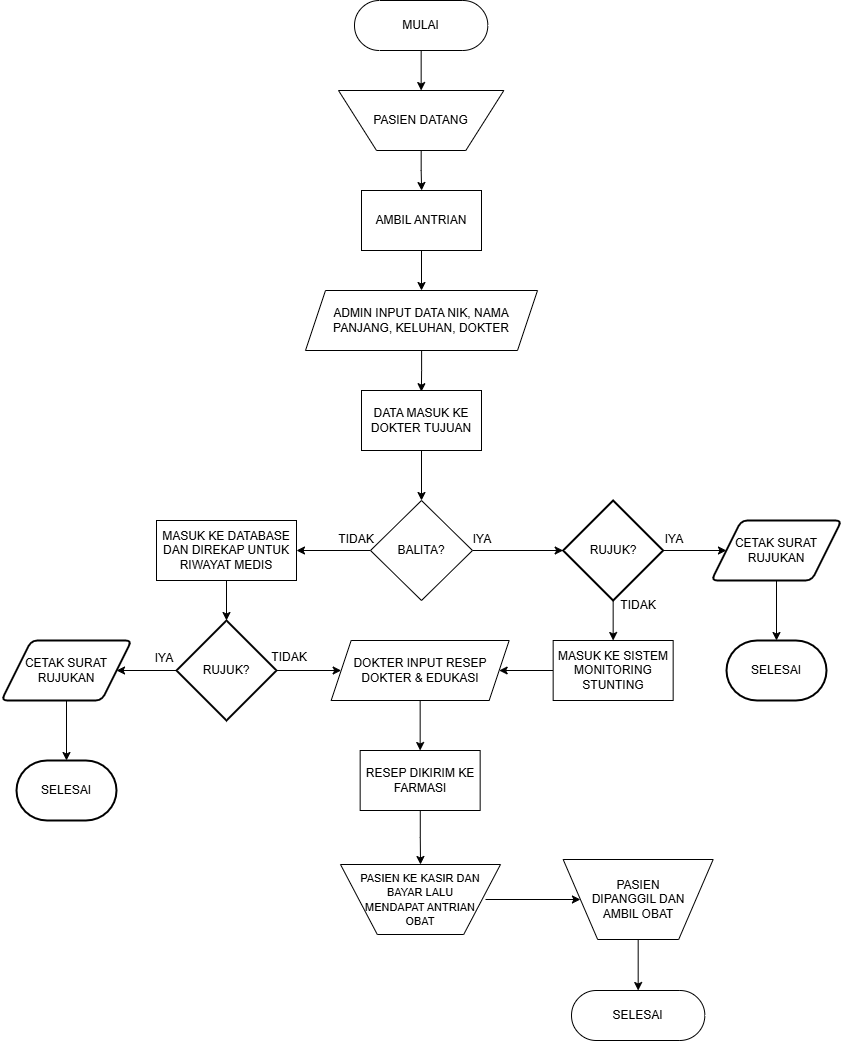
Above: Flowchart Alur Utama.drawio.png in TekajeClass/flowchart-stuntkes (draw.io), before the change. Source tidied: cells renumbered, new cells last; positions are measured from the earlier drawing's top-left corner, leaving out a move shared by most shapes.
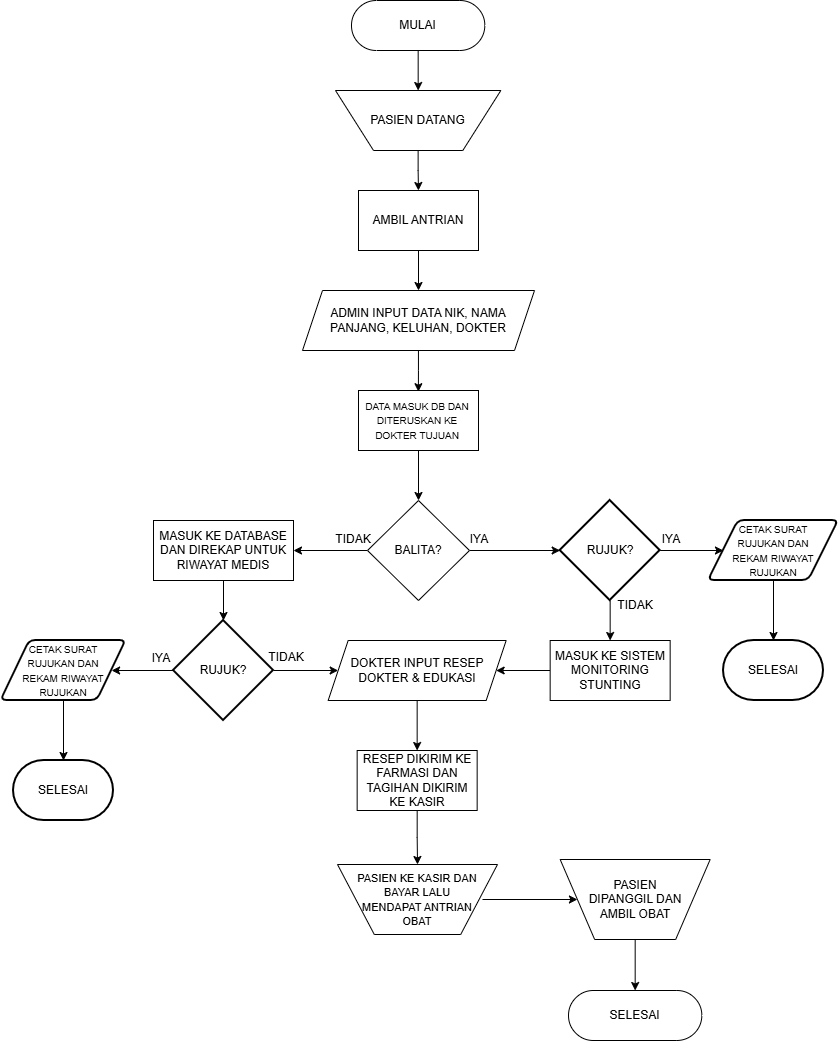
The same diagram one commit later.

Diff of the diagram source:
```diff
@@ -20,9 +20,6 @@
     <mxCell id="7" style="edgeStyle=orthogonalEdgeStyle;rounded=0;jettySize=auto;html=1;entryX=0.5;entryY=0;entryDx=0;entryDy=0;" parent="1" edge="1" source="8" target="11">
       <mxGeometry relative="1" as="geometry" />
     </mxCell>
-    <mxCell id="8" value="DATA MASUK KE DOKTER TUJUAN" style="rounded=0;whiteSpace=wrap;html=1;" parent="1" vertex="1">
-      <mxGeometry x="360" y="390" width="120" height="60" as="geometry" />
-    </mxCell>
     <mxCell id="9" style="edgeStyle=orthogonalEdgeStyle;rounded=0;jettySize=auto;html=1;" parent="1" edge="1" source="11" target="27">
       <mxGeometry relative="1" as="geometry" />
     </mxCell>
@@ -50,7 +47,7 @@
     <mxCell id="17" style="edgeStyle=orthogonalEdgeStyle;rounded=0;jettySize=auto;html=1;entryX=0.5;entryY=1;entryDx=0;entryDy=0;" parent="1" edge="1" source="18" target="34">
       <mxGeometry relative="1" as="geometry" />
     </mxCell>
-    <mxCell id="18" value="RESEP DIKIRIM KE FARMASI" style="rounded=0;whiteSpace=wrap;html=1;" parent="1" vertex="1">
+    <mxCell id="18" value="RESEP DIKIRIM KE FARMASI DAN TAGIHAN DIKIRIM KE KASIR" style="rounded=0;whiteSpace=wrap;html=1;" parent="1" vertex="1">
       <mxGeometry x="358.7" y="750" width="120" height="60" as="geometry" />
     </mxCell>
     <mxCell id="19" value="SELESAI" style="html=1;dashed=0;whiteSpace=wrap;shape=mxgraph.dfd.start;" parent="1" vertex="1">
@@ -83,12 +80,6 @@
     <mxCell id="28" style="edgeStyle=orthogonalEdgeStyle;rounded=0;jettySize=auto;html=1;" parent="1" edge="1" source="29" target="31">
       <mxGeometry relative="1" as="geometry" />
     </mxCell>
-    <mxCell id="29" value="CETAK SURAT RUJUKAN" style="shape=parallelogram;html=1;strokeWidth=2;perimeter=parallelogramPerimeter;whiteSpace=wrap;rounded=1;arcSize=12;size=0.23;" parent="1" vertex="1">
-      <mxGeometry y="640" width="130" height="60" as="geometry" />
-    </mxCell>
-    <mxCell id="30" value="CETAK SURAT RUJUKAN" style="shape=parallelogram;html=1;strokeWidth=2;perimeter=parallelogramPerimeter;whiteSpace=wrap;rounded=1;arcSize=12;size=0.23;" parent="1" vertex="1">
-      <mxGeometry x="710" y="520" width="130" height="60" as="geometry" />
-    </mxCell>
     <mxCell id="31" value="SELESAI" style="strokeWidth=2;html=1;shape=mxgraph.flowchart.terminator;whiteSpace=wrap;" parent="1" vertex="1">
       <mxGeometry x="15" y="760" width="100" height="60" as="geometry" />
     </mxCell>
@@ -146,5 +137,32 @@
     <mxCell id="49" value="TIDAK" style="text;html=1;whiteSpace=wrap;strokeColor=none;fillColor=none;align=center;verticalAlign=middle;rounded=0;" parent="1" vertex="1">
       <mxGeometry x="258" y="642" width="60" height="30" as="geometry" />
     </mxCell>
+    <mxCell id="50" style="group;" parent="1" vertex="1">
+      <mxGeometry x="2.5" y="640" width="125" height="60" as="geometry" />
+    </mxCell>
+    <mxCell id="29" style="shape=parallelogram;html=1;strokeWidth=2;perimeter=parallelogramPerimeter;whiteSpace=wrap;rounded=1;arcSize=12;size=0.23;" parent="50" vertex="1">
+      <mxGeometry width="125" height="60" as="geometry" />
+    </mxCell>
+    <mxCell id="51" value="&lt;font style=&quot;font-size: 10px;&quot;&gt;CETAK SURAT RUJUKAN DAN REKAM RIWAYAT RUJUKAN&lt;/font&gt;" style="text;html=1;whiteSpace=wrap;strokeColor=none;fillColor=none;align=center;verticalAlign=middle;rounded=0;" parent="50" vertex="1">
+      <mxGeometry x="7.5" y="15" width="110" height="30" as="geometry" />
+    </mxCell>
+    <mxCell id="52" style="group;" parent="1" vertex="1">
+      <mxGeometry x="710" y="520" width="130" height="60" as="geometry" />
+    </mxCell>
+    <mxCell id="30" style="shape=parallelogram;html=1;strokeWidth=2;perimeter=parallelogramPerimeter;whiteSpace=wrap;rounded=1;arcSize=12;size=0.23;" parent="52" vertex="1">
+      <mxGeometry width="130" height="60" as="geometry" />
+    </mxCell>
+    <mxCell id="53" value="&lt;font style=&quot;font-size: 10px;&quot;&gt;CETAK SURAT RUJUKAN DAN REKAM RIWAYAT RUJUKAN&lt;/font&gt;" style="text;html=1;whiteSpace=wrap;strokeColor=none;fillColor=none;align=center;verticalAlign=middle;rounded=0;" parent="52" vertex="1">
+      <mxGeometry x="15" y="15" width="100" height="30" as="geometry" />
+    </mxCell>
+    <mxCell id="54" style="group;" parent="1" vertex="1">
+      <mxGeometry x="360" y="390" width="120" height="60" as="geometry" />
+    </mxCell>
+    <mxCell id="8" style="rounded=0;whiteSpace=wrap;html=1;" parent="54" vertex="1">
+      <mxGeometry width="120" height="60" as="geometry" />
+    </mxCell>
+    <mxCell id="55" value="&lt;font style=&quot;font-size: 10px;&quot;&gt;DATA MASUK DB DAN DITERUSKAN KE DOKTER TUJUAN&lt;/font&gt;" style="text;html=1;whiteSpace=wrap;strokeColor=none;fillColor=none;align=center;verticalAlign=middle;rounded=0;" parent="54" vertex="1">
+      <mxGeometry x="2.7" y="15" width="112" height="30" as="geometry" />
+    </mxCell>
   </root>
 </mxGraphModel>
```
